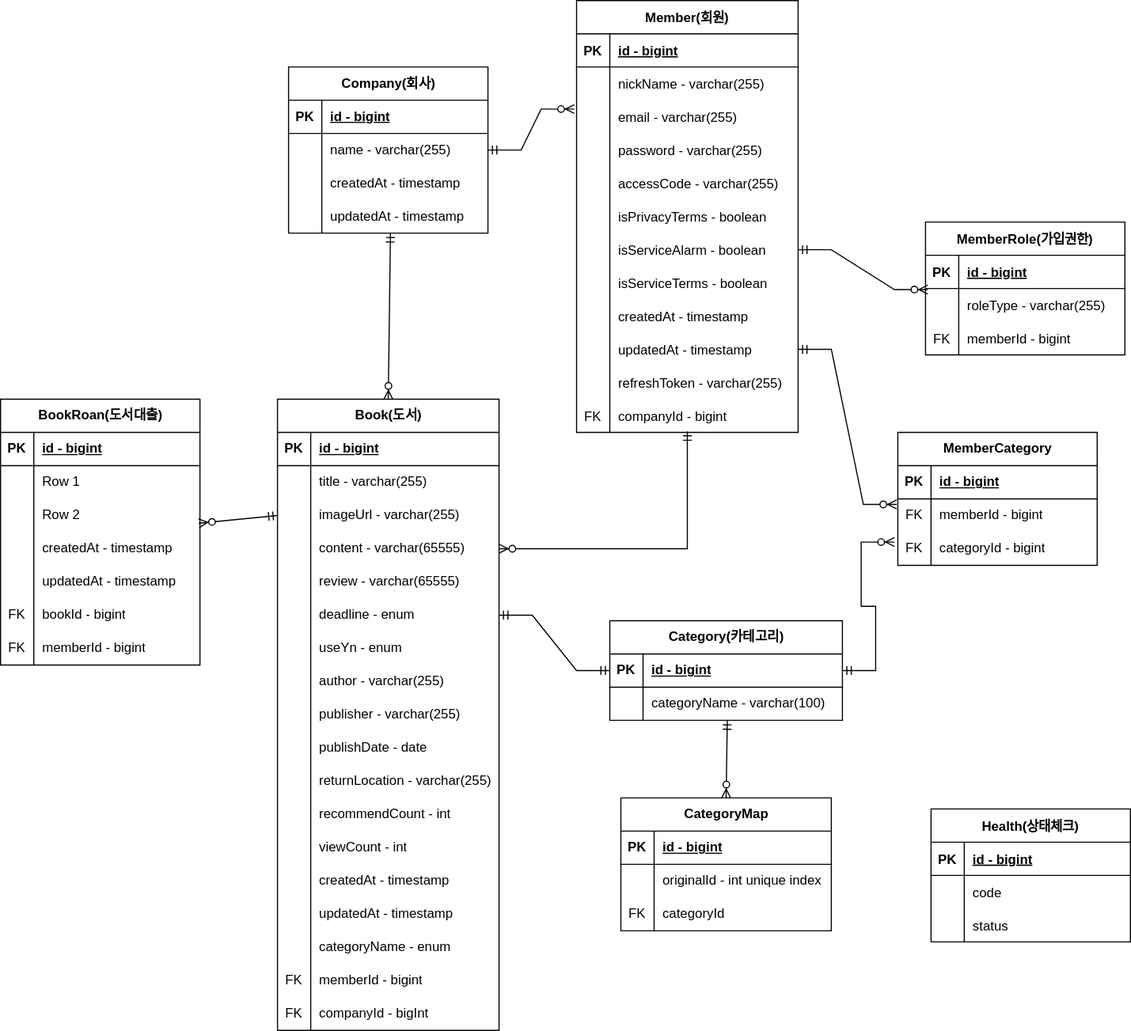
Earlier version of the draw.io export document/litarary.drawio.svg (dukki-labs/litarary). Source tidied: cells renumbered, new cells last; positions are measured from the earlier drawing's top-left corner, leaving out a move shared by most shapes.
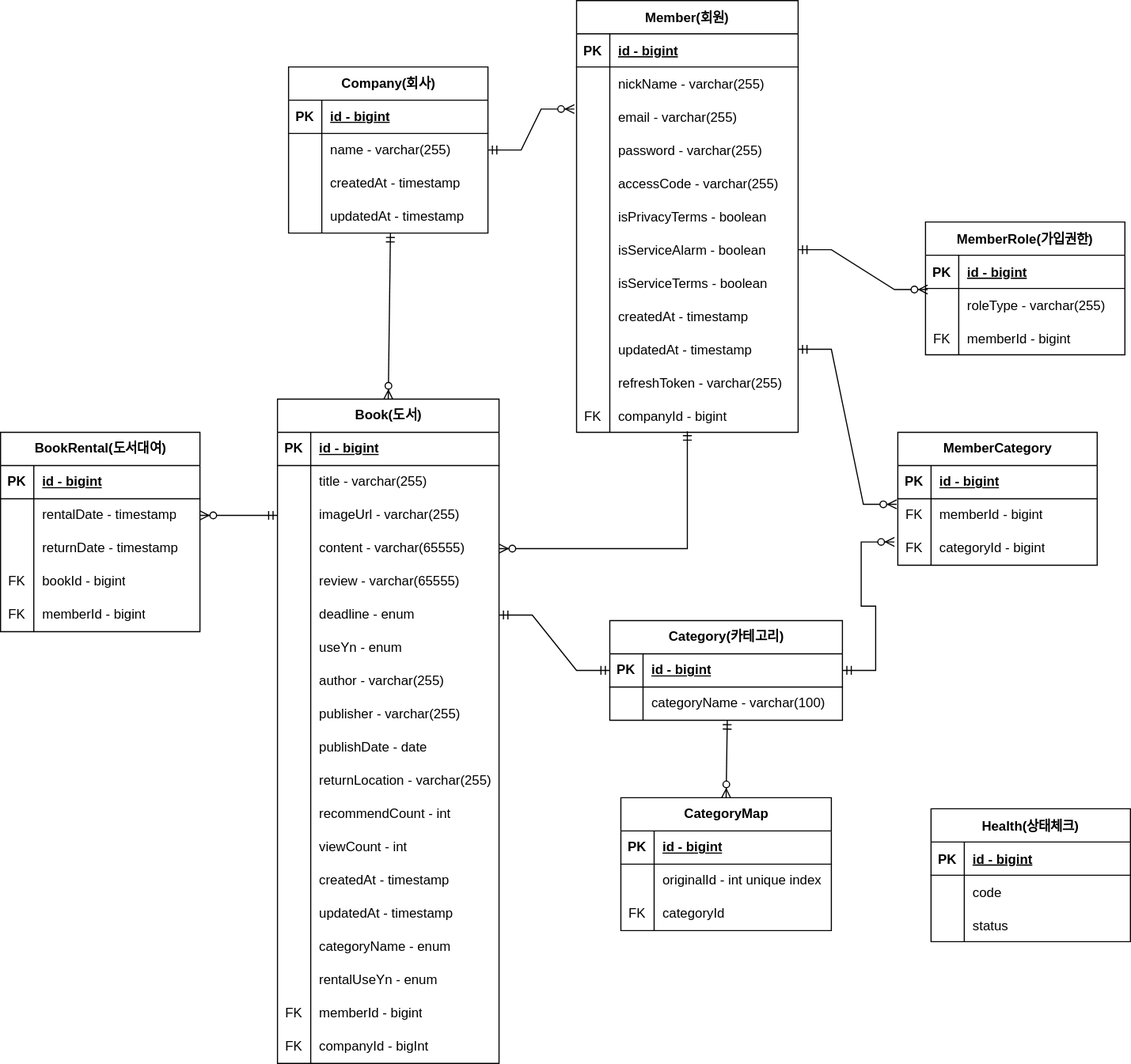
Later version of the same file.

Diff of the diagram source:
```diff
@@ -231,7 +231,7 @@
       <mxGeometry relative="1" as="geometry" />
     </mxCell>
     <mxCell id="78" value="Book(도서)" style="shape=table;startSize=30;rowLines=0;fontStyle=1;align=center;html=1;" parent="1" vertex="1">
-      <mxGeometry x="250" y="360" width="200" height="570" as="geometry" />
+      <mxGeometry x="250" y="360" width="200" height="600" as="geometry" />
     </mxCell>
     <mxCell id="79" style="shape=tableRow;horizontal=0;startSize=0;swimlaneHead=0;swimlaneBody=0;fillColor=none;top=0;left=0;right=0;bottom=1;" parent="78" vertex="1">
       <mxGeometry y="30" width="200" height="30" as="geometry" />
@@ -377,8 +377,17 @@
     <mxCell id="126" value="categoryName - enum" style="shape=partialRectangle;fillColor=none;top=0;left=0;bottom=0;right=0;align=left;spacingLeft=6;overflow=hidden;whiteSpace=wrap;html=1;" parent="124" vertex="1">
       <mxGeometry x="30" width="170" height="30" as="geometry" />
     </mxCell>
+    <mxCell id="185" style="shape=tableRow;horizontal=0;startSize=0;swimlaneHead=0;swimlaneBody=0;fillColor=none;top=0;left=0;right=0;bottom=0;" parent="78" vertex="1">
+      <mxGeometry y="510" width="200" height="30" as="geometry" />
+    </mxCell>
+    <mxCell id="186" style="shape=partialRectangle;fillColor=none;top=0;left=0;bottom=0;right=0;overflow=hidden;whiteSpace=wrap;html=1;" parent="185" vertex="1">
+      <mxGeometry width="30" height="30" as="geometry" />
+    </mxCell>
+    <mxCell id="187" value="rentalUseYn&amp;nbsp;- enum" style="shape=partialRectangle;fillColor=none;top=0;left=0;bottom=0;right=0;align=left;spacingLeft=6;overflow=hidden;whiteSpace=wrap;html=1;" parent="185" vertex="1">
+      <mxGeometry x="30" width="170" height="30" as="geometry" />
+    </mxCell>
     <mxCell id="127" style="shape=tableRow;horizontal=0;startSize=0;swimlaneHead=0;swimlaneBody=0;fillColor=none;top=0;left=0;right=0;bottom=0;" parent="78" vertex="1">
-      <mxGeometry y="510" width="200" height="30" as="geometry" />
+      <mxGeometry y="540" width="200" height="30" as="geometry" />
     </mxCell>
     <mxCell id="128" value="FK" style="shape=partialRectangle;fillColor=none;top=0;left=0;bottom=0;right=0;overflow=hidden;whiteSpace=wrap;html=1;" parent="127" vertex="1">
       <mxGeometry width="30" height="30" as="geometry" />
@@ -387,7 +396,7 @@
       <mxGeometry x="30" width="170" height="30" as="geometry" />
     </mxCell>
     <mxCell id="130" style="shape=tableRow;horizontal=0;startSize=0;swimlaneHead=0;swimlaneBody=0;fillColor=none;top=0;left=0;right=0;bottom=0;" parent="78" vertex="1">
-      <mxGeometry y="540" width="200" height="30" as="geometry" />
+      <mxGeometry y="570" width="200" height="30" as="geometry" />
     </mxCell>
     <mxCell id="131" value="FK" style="shape=partialRectangle;fillColor=none;top=0;left=0;bottom=0;right=0;overflow=hidden;whiteSpace=wrap;html=1;" parent="130" vertex="1">
       <mxGeometry width="30" height="30" as="geometry" />
@@ -395,8 +404,8 @@
     <mxCell id="132" value="companyId - bigInt" style="shape=partialRectangle;fillColor=none;top=0;left=0;bottom=0;right=0;align=left;spacingLeft=6;overflow=hidden;whiteSpace=wrap;html=1;" parent="130" vertex="1">
       <mxGeometry x="30" width="170" height="30" as="geometry" />
     </mxCell>
-    <mxCell id="133" value="BookRoan(도서대출)" style="shape=table;startSize=30;rowLines=0;fontStyle=1;align=center;html=1;" parent="1" vertex="1">
-      <mxGeometry y="360" width="180" height="240" as="geometry" />
+    <mxCell id="133" value="BookRental(도서대여)" style="shape=table;startSize=30;rowLines=0;fontStyle=1;align=center;html=1;" parent="1" vertex="1">
+      <mxGeometry y="390" width="180" height="180" as="geometry" />
     </mxCell>
     <mxCell id="134" style="shape=tableRow;horizontal=0;startSize=0;swimlaneHead=0;swimlaneBody=0;fillColor=none;top=0;left=0;right=0;bottom=1;" parent="133" vertex="1">
       <mxGeometry y="30" width="180" height="30" as="geometry" />
@@ -407,44 +416,26 @@
     <mxCell id="136" value="id - bigint" style="shape=partialRectangle;fillColor=none;top=0;left=0;bottom=0;right=0;align=left;spacingLeft=6;fontStyle=5;overflow=hidden;whiteSpace=wrap;html=1;" parent="134" vertex="1">
       <mxGeometry x="30" width="150" height="30" as="geometry" />
     </mxCell>
-    <mxCell id="137" style="shape=tableRow;horizontal=0;startSize=0;swimlaneHead=0;swimlaneBody=0;fillColor=none;top=0;left=0;right=0;bottom=0;" parent="133" vertex="1">
-      <mxGeometry y="60" width="180" height="30" as="geometry" />
-    </mxCell>
-    <mxCell id="138" style="shape=partialRectangle;fillColor=none;top=0;left=0;bottom=0;right=0;overflow=hidden;whiteSpace=wrap;html=1;" parent="137" vertex="1">
-      <mxGeometry width="30" height="30" as="geometry" />
-    </mxCell>
-    <mxCell id="139" value="Row 1" style="shape=partialRectangle;fillColor=none;top=0;left=0;bottom=0;right=0;align=left;spacingLeft=6;overflow=hidden;whiteSpace=wrap;html=1;" parent="137" vertex="1">
-      <mxGeometry x="30" width="150" height="30" as="geometry" />
-    </mxCell>
-    <mxCell id="140" style="shape=tableRow;horizontal=0;startSize=0;swimlaneHead=0;swimlaneBody=0;fillColor=none;points=[[0,0.5],[1,0.5]];portConstraint=eastwest;top=0;left=0;right=0;bottom=0;" parent="133" vertex="1">
-      <mxGeometry y="90" width="180" height="30" as="geometry" />
-    </mxCell>
-    <mxCell id="141" style="shape=partialRectangle;fillColor=none;top=0;left=0;bottom=0;right=0;overflow=hidden;whiteSpace=wrap;html=1;" parent="140" vertex="1">
-      <mxGeometry width="30" height="30" as="geometry" />
-    </mxCell>
-    <mxCell id="142" value="Row 2" style="shape=partialRectangle;fillColor=none;top=0;left=0;bottom=0;right=0;align=left;spacingLeft=6;overflow=hidden;whiteSpace=wrap;html=1;" parent="140" vertex="1">
-      <mxGeometry x="30" width="150" height="30" as="geometry" />
-    </mxCell>
     <mxCell id="143" style="shape=tableRow;horizontal=0;startSize=0;swimlaneHead=0;swimlaneBody=0;fillColor=none;points=[[0,0.5],[1,0.5]];portConstraint=eastwest;top=0;left=0;right=0;bottom=0;" parent="133" vertex="1">
-      <mxGeometry y="120" width="180" height="30" as="geometry" />
+      <mxGeometry y="60" width="180" height="30" as="geometry" />
     </mxCell>
     <mxCell id="144" style="shape=partialRectangle;fillColor=none;top=0;left=0;bottom=0;right=0;overflow=hidden;whiteSpace=wrap;html=1;" parent="143" vertex="1">
       <mxGeometry width="30" height="30" as="geometry" />
     </mxCell>
-    <mxCell id="145" value="createdAt - timestamp" style="shape=partialRectangle;fillColor=none;top=0;left=0;bottom=0;right=0;align=left;spacingLeft=6;overflow=hidden;whiteSpace=wrap;html=1;" parent="143" vertex="1">
+    <mxCell id="145" value="&lt;div&gt;rentalDate - timestamp&lt;/div&gt;" style="shape=partialRectangle;fillColor=none;top=0;left=0;bottom=0;right=0;align=left;spacingLeft=6;overflow=hidden;whiteSpace=wrap;html=1;" parent="143" vertex="1">
       <mxGeometry x="30" width="150" height="30" as="geometry" />
     </mxCell>
     <mxCell id="146" style="shape=tableRow;horizontal=0;startSize=0;swimlaneHead=0;swimlaneBody=0;fillColor=none;top=0;left=0;right=0;bottom=0;" parent="133" vertex="1">
-      <mxGeometry y="150" width="180" height="30" as="geometry" />
+      <mxGeometry y="90" width="180" height="30" as="geometry" />
     </mxCell>
     <mxCell id="147" style="shape=partialRectangle;fillColor=none;top=0;left=0;bottom=0;right=0;overflow=hidden;whiteSpace=wrap;html=1;" parent="146" vertex="1">
       <mxGeometry width="30" height="30" as="geometry" />
     </mxCell>
-    <mxCell id="148" value="updatedAt - timestamp" style="shape=partialRectangle;fillColor=none;top=0;left=0;bottom=0;right=0;align=left;spacingLeft=6;overflow=hidden;whiteSpace=wrap;html=1;" parent="146" vertex="1">
+    <mxCell id="148" value="returnDate - timestamp" style="shape=partialRectangle;fillColor=none;top=0;left=0;bottom=0;right=0;align=left;spacingLeft=6;overflow=hidden;whiteSpace=wrap;html=1;" parent="146" vertex="1">
       <mxGeometry x="30" width="150" height="30" as="geometry" />
     </mxCell>
     <mxCell id="149" style="shape=tableRow;horizontal=0;startSize=0;swimlaneHead=0;swimlaneBody=0;fillColor=none;top=0;left=0;right=0;bottom=0;" parent="133" vertex="1">
-      <mxGeometry y="180" width="180" height="30" as="geometry" />
+      <mxGeometry y="120" width="180" height="30" as="geometry" />
     </mxCell>
     <mxCell id="150" value="FK" style="shape=partialRectangle;fillColor=none;top=0;left=0;bottom=0;right=0;overflow=hidden;whiteSpace=wrap;html=1;" parent="149" vertex="1">
       <mxGeometry width="30" height="30" as="geometry" />
@@ -453,7 +444,7 @@
       <mxGeometry x="30" width="150" height="30" as="geometry" />
     </mxCell>
     <mxCell id="152" style="shape=tableRow;horizontal=0;startSize=0;swimlaneHead=0;swimlaneBody=0;fillColor=none;top=0;left=0;right=0;bottom=0;" parent="133" vertex="1">
-      <mxGeometry y="210" width="180" height="30" as="geometry" />
+      <mxGeometry y="150" width="180" height="30" as="geometry" />
     </mxCell>
     <mxCell id="153" value="FK" style="shape=partialRectangle;fillColor=none;top=0;left=0;bottom=0;right=0;overflow=hidden;whiteSpace=wrap;html=1;" parent="152" vertex="1">
       <mxGeometry width="30" height="30" as="geometry" />
@@ -461,7 +452,7 @@
     <mxCell id="154" value="memberId - bigint" style="shape=partialRectangle;fillColor=none;top=0;left=0;bottom=0;right=0;align=left;spacingLeft=6;overflow=hidden;whiteSpace=wrap;html=1;" parent="152" vertex="1">
       <mxGeometry x="30" width="150" height="30" as="geometry" />
     </mxCell>
-    <mxCell id="155" style="fontSize=12;html=1;endArrow=ERzeroToMany;startArrow=ERmandOne;rounded=0;entryX=0.994;entryY=0.733;entryDx=0;entryDy=0;entryPerimeter=0;exitX=0;exitY=0.5;exitDx=0;exitDy=0;" parent="1" edge="1" source="85" target="140">
+    <mxCell id="155" style="fontSize=12;html=1;endArrow=ERzeroToMany;startArrow=ERmandOne;rounded=0;entryX=1;entryY=0.5;entryDx=0;entryDy=0;exitX=0;exitY=0.5;exitDx=0;exitDy=0;" parent="1" edge="1" source="85" target="143">
       <mxGeometry relative="1" as="geometry" />
     </mxCell>
     <mxCell id="156" value="MemberCategory" style="shape=table;startSize=30;rowLines=0;fontStyle=1;align=center;html=1;" parent="1" vertex="1">
```
